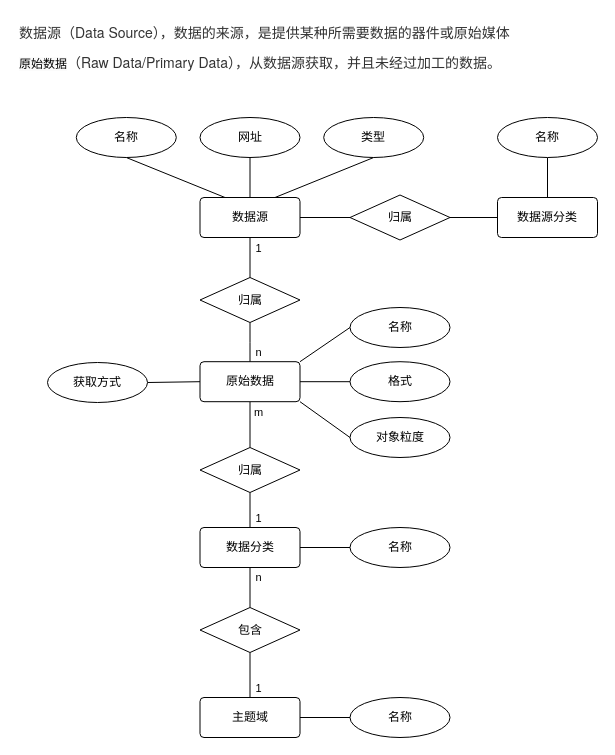
wangzijia122/drawio_repository keeps this draw.io diagram as 数据源模型.drawio. Above is the earlier version. Source tidied: cells renumbered, new cells numbered last; positions are measured from the earlier drawing's top-left corner, leaving out a move shared by most shapes. Both pictures are drawn from the tidied source at 100%, with x=0, y=0 at pixel (17, 17).
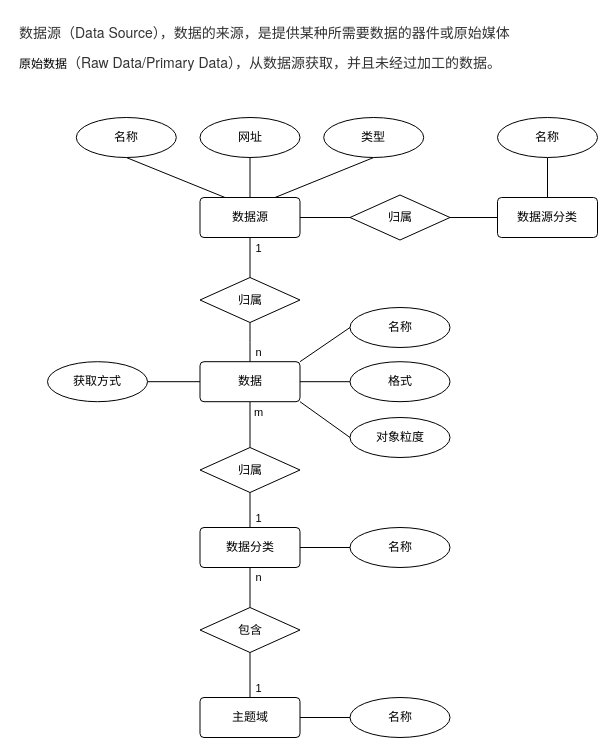
Above is the later version.

Commit message:
更新数据源模型.drawio

Change to the diagram source:
```diff
@@
-    <mxCell id="11" value="原始数据" style="rounded=1;arcSize=10;whiteSpace=wrap;html=1;align=center;" parent="1" vertex="1">
+    <mxCell id="11" value="数据" style="rounded=1;arcSize=10;whiteSpace=wrap;html=1;align=center;" parent="1" vertex="1">
       <mxGeometry x="182.5" y="344.2" width="100" height="40" as="geometry" />
     </mxCell>
@@
     <mxCell id="15" value="获取方式" style="ellipse;whiteSpace=wrap;html=1;align=center;" parent="1" vertex="1">
-      <mxGeometry x="30" y="345" width="100" height="40" as="geometry" />
+      <mxGeometry x="30" y="344.2" width="100" height="40" as="geometry" />
     </mxCell>
```
